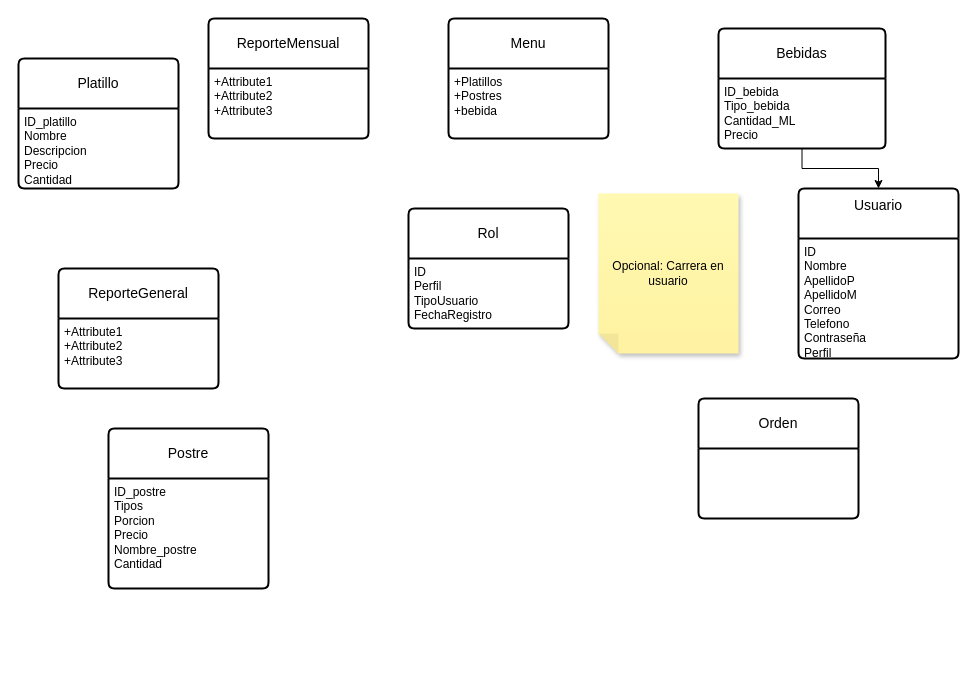
The draw.io diagram Diagrama sin título.drawio in OSCARCH2002/diagramas, before the edit. Source tidied: cells renumbered, new cells numbered last; positions are measured from the earlier drawing's top-left corner, leaving out a move shared by most shapes. Both pictures are drawn from the tidied source at 100%, with x=0, y=0 at pixel (18, 18).
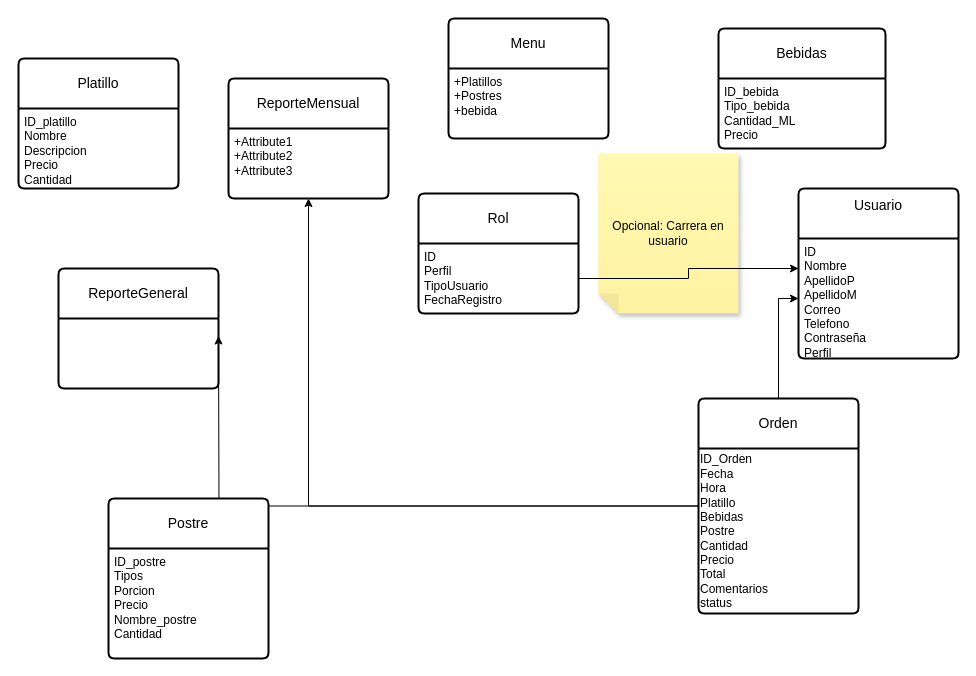
Above is the later version.

The change refers to these unchanged cells:
```xml
<mxCell id="3" value="ID&lt;div&gt;Perfil&lt;/div&gt;&lt;div&gt;TipoUsuario&lt;/div&gt;&lt;div&gt;FechaRegistro&lt;/div&gt;" style="align=left;strokeColor=none;fillColor=none;spacingLeft=4;spacingRight=4;fontSize=12;verticalAlign=top;html=1;whiteSpace=wrap;" parent="2" vertex="1">
  <mxGeometry y="50" width="160" height="70" as="geometry" />
</mxCell>
<mxCell id="4" value="Usuario&lt;div&gt;&lt;br&gt;&lt;/div&gt;" style="swimlane;horizontal=1;startSize=50;rounded=1;fontSize=14;fontStyle=0;strokeWidth=2;shadow=0;dashed=0;align=center;arcSize=4;whiteSpace=wrap;html=1;" parent="1" vertex="1">
  <mxGeometry x="780" y="170" width="160" height="170" as="geometry" />
</mxCell>
<mxCell id="5" value="ID&lt;div&gt;Nombre&lt;/div&gt;&lt;div&gt;ApellidoP&lt;/div&gt;&lt;div&gt;ApellidoM&lt;/div&gt;&lt;div&gt;Correo&lt;/div&gt;&lt;div&gt;Telefono&lt;/div&gt;&lt;div&gt;Contraseña&lt;/div&gt;&lt;div&gt;Perfil&lt;/div&gt;&lt;div&gt;&lt;br&gt;&lt;/div&gt;" style="align=left;strokeColor=none;fillColor=none;spacingLeft=4;spacingRight=4;fontSize=12;verticalAlign=top;html=1;whiteSpace=wrap;" parent="4" vertex="1">
  <mxGeometry y="50" width="160" height="120" as="geometry" />
</mxCell>
<mxCell id="9" value="+Attribute1&#10;+Attribute2&#10;+Attribute3" style="align=left;strokeColor=none;fillColor=none;spacingLeft=4;spacingRight=4;fontSize=12;verticalAlign=top;html=1;whiteSpace=wrap;" parent="8" vertex="1">
  <mxGeometry y="50" width="160" height="70" as="geometry" />
</mxCell>
<mxCell id="10" value="&lt;div&gt;ReporteGeneral&lt;/div&gt;" style="swimlane;horizontal=1;startSize=50;rounded=1;fontSize=14;fontStyle=0;strokeWidth=2;shadow=0;dashed=0;align=center;arcSize=4;whiteSpace=wrap;html=1;" parent="1" vertex="1">
  <mxGeometry x="40" y="250" width="160" height="120" as="geometry" />
</mxCell>
<mxCell id="18" value="ID_bebida&lt;div&gt;Tipo_bebida&lt;/div&gt;&lt;div&gt;Cantidad_ML&lt;/div&gt;&lt;div&gt;Precio&lt;/div&gt;&lt;div&gt;&lt;br&gt;&lt;/div&gt;" style="align=left;strokeColor=none;fillColor=none;spacingLeft=4;spacingRight=4;fontSize=12;verticalAlign=top;html=1;whiteSpace=wrap;" parent="17" vertex="1">
  <mxGeometry y="50" width="167" height="70" as="geometry" />
</mxCell>
```

Change to the diagram source:
```diff
@@
     <mxCell id="2" value="Rol" style="swimlane;horizontal=1;startSize=50;rounded=1;fontSize=14;fontStyle=0;strokeWidth=2;shadow=0;dashed=0;align=center;arcSize=4;whiteSpace=wrap;html=1;" parent="1" vertex="1">
-      <mxGeometry x="390" y="190" width="160" height="120" as="geometry" />
+      <mxGeometry x="400" y="175" width="160" height="120" as="geometry" />
     </mxCell>
@@
     <mxCell id="8" value="&lt;div&gt;ReporteMensual&lt;/div&gt;" style="swimlane;horizontal=1;startSize=50;rounded=1;fontSize=14;fontStyle=0;strokeWidth=2;shadow=0;dashed=0;align=center;arcSize=4;whiteSpace=wrap;html=1;" parent="1" vertex="1">
-      <mxGeometry x="190" width="160" height="120" as="geometry" />
+      <mxGeometry x="210" y="60" width="160" height="120" as="geometry" />
     </mxCell>
@@
-    <mxCell id="11" value="+Attribute1&#10;+Attribute2&#10;+Attribute3" style="align=left;strokeColor=none;fillColor=none;spacingLeft=4;spacingRight=4;fontSize=12;verticalAlign=top;html=1;whiteSpace=wrap;" parent="10" vertex="1">
-      <mxGeometry y="50" width="160" height="70" as="geometry" />
-    </mxCell>
+    <mxCell id="21" style="edgeStyle=orthogonalEdgeStyle;rounded=0;jettySize=auto;html=1;entryX=1;entryY=0.25;entryDx=0;entryDy=0;" parent="1" edge="1" source="12">
+      <mxGeometry relative="1" as="geometry">
+        <mxPoint x="200" y="317.5" as="targetPoint" />
+      </mxGeometry>
+    </mxCell>
+    <mxCell id="22" style="edgeStyle=orthogonalEdgeStyle;rounded=0;jettySize=auto;html=1;entryX=0;entryY=0.5;entryDx=0;entryDy=0;" parent="1" edge="1" source="12" target="5">
+      <mxGeometry relative="1" as="geometry" />
+    </mxCell>
+    <mxCell id="23" style="edgeStyle=orthogonalEdgeStyle;rounded=0;jettySize=auto;html=1;entryX=0.5;entryY=1;entryDx=0;entryDy=0;" parent="1" edge="1" source="12" target="9">
+      <mxGeometry relative="1" as="geometry" />
+    </mxCell>
     <mxCell id="12" value="&lt;div&gt;Orden&lt;/div&gt;" style="swimlane;horizontal=1;startSize=50;rounded=1;fontSize=14;fontStyle=0;strokeWidth=2;shadow=0;dashed=0;align=center;arcSize=4;whiteSpace=wrap;html=1;" parent="1" vertex="1">
-      <mxGeometry x="680" y="380" width="160" height="120" as="geometry" />
+      <mxGeometry x="680" y="380" width="160" height="215" as="geometry" />
     </mxCell>
+    <mxCell id="24" value="ID_Orden&lt;div&gt;Fecha&lt;/div&gt;&lt;div&gt;Hora&lt;/div&gt;&lt;div&gt;Platillo&lt;/div&gt;&lt;div&gt;Bebidas&lt;/div&gt;&lt;div&gt;Postre&lt;/div&gt;&lt;div&gt;Cantidad&lt;/div&gt;&lt;div&gt;Precio&lt;/div&gt;&lt;div&gt;Total&lt;/div&gt;&lt;div&gt;Comentarios&lt;/div&gt;&lt;div&gt;status&lt;/div&gt;" style="text;html=1;align=left;verticalAlign=middle;strokeColor=none;fillColor=none;" parent="12" vertex="1">
+      <mxGeometry y="50" width="160" height="165" as="geometry" />
+    </mxCell>
     <mxCell id="13" value="&lt;div&gt;Postre&lt;/div&gt;" style="swimlane;horizontal=1;startSize=50;rounded=1;fontSize=14;fontStyle=0;strokeWidth=2;shadow=0;dashed=0;align=center;arcSize=4;whiteSpace=wrap;html=1;" parent="1" vertex="1">
-      <mxGeometry x="90" y="410" width="160" height="160" as="geometry" />
+      <mxGeometry x="90" y="480" width="160" height="160" as="geometry" />
     </mxCell>
@@
     <mxCell id="19" value="Opcional: Carrera en usuario" style="shape=note;whiteSpace=wrap;html=1;backgroundOutline=1;fontColor=#000000;darkOpacity=0.05;fillColor=#FFF9B2;strokeColor=none;fillStyle=solid;direction=west;gradientDirection=north;gradientColor=#FFF2A1;shadow=1;size=20;" parent="1" vertex="1">
-      <mxGeometry x="580" y="175" width="140" height="160" as="geometry" />
+      <mxGeometry x="580" y="135" width="140" height="160" as="geometry" />
     </mxCell>
-    <mxCell id="20" style="edgeStyle=orthogonalEdgeStyle;rounded=0;jettySize=auto;html=1;" parent="1" edge="1" source="18" target="4">
-      <mxGeometry relative="1" as="geometry" />
-    </mxCell>
+    <mxCell id="25" style="edgeStyle=orthogonalEdgeStyle;rounded=0;jettySize=auto;html=1;entryX=0;entryY=0.25;entryDx=0;entryDy=0;" parent="1" edge="1" source="3" target="5">
+      <mxGeometry relative="1" as="geometry" />
+    </mxCell>
```
